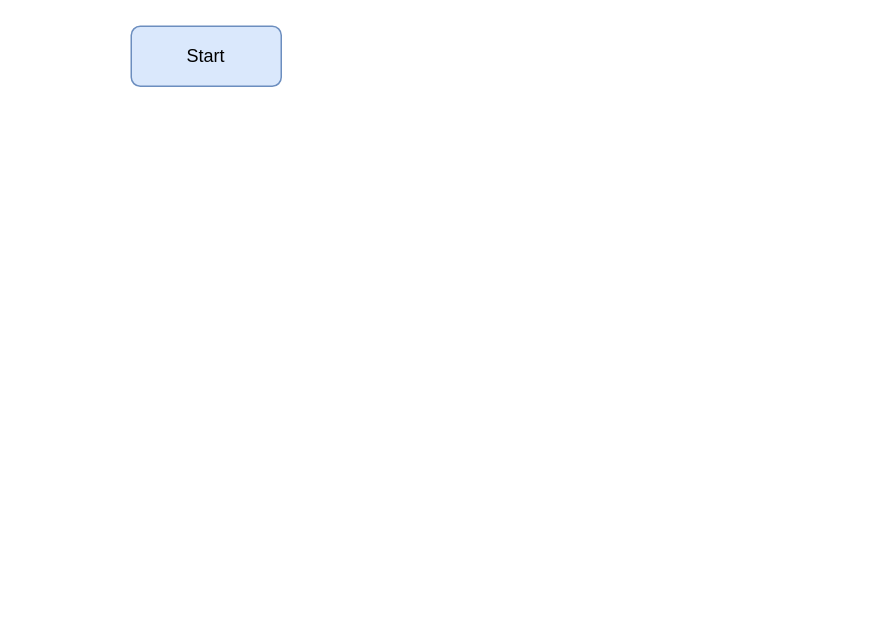
The draw.io diagram Flow chart Running sum.drawio in redolfosei/flowCharts, before the edit. Source tidied: cells renumbered, new cells numbered last; positions are measured from the earlier drawing's top-left corner, leaving out a move shared by most shapes. Both pictures are drawn from the tidied source at 150%, with x=0, y=0 at pixel (130, 26).
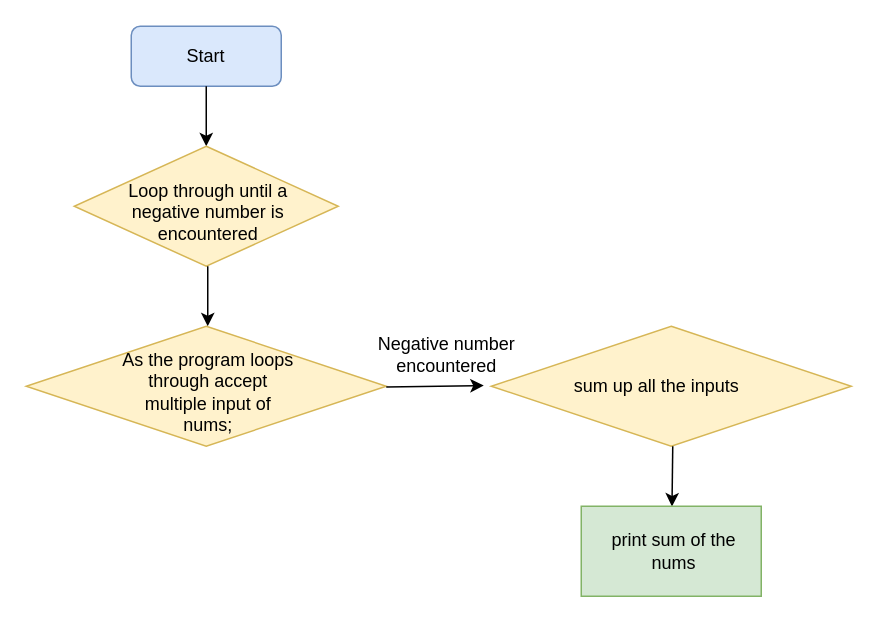
The same diagram, later.

What changed in the source:
```diff
@@
+    <mxCell id="4" style="endArrow=classic;html=1;rounded=0;exitX=0.5;exitY=1;exitDx=0;exitDy=0;" parent="1" edge="1">
+      <mxGeometry relative="1" as="geometry">
+        <mxPoint x="50" y="40" as="sourcePoint" />
+        <mxPoint x="50" y="80" as="targetPoint" />
+      </mxGeometry>
+    </mxCell>
+    <mxCell id="5" style="rhombus;whiteSpace=wrap;html=1;fillColor=#fff2cc;strokeColor=#d6b656;" parent="1" vertex="1">
+      <mxGeometry x="-38" y="80" width="176" height="80" as="geometry" />
+    </mxCell>
+    <mxCell id="6" value="Loop through until a negative number is encountered" style="text;html=1;strokeColor=none;fillColor=none;align=center;verticalAlign=middle;whiteSpace=wrap;rounded=0;" parent="1" vertex="1">
+      <mxGeometry x="-9" y="109" width="121" height="30" as="geometry" />
+    </mxCell>
+    <mxCell id="7" style="endArrow=classic;html=1;rounded=0;exitX=0.5;exitY=1;exitDx=0;exitDy=0;" parent="1" edge="1">
+      <mxGeometry relative="1" as="geometry">
+        <mxPoint x="51" y="160" as="sourcePoint" />
+        <mxPoint x="51" y="200" as="targetPoint" />
+      </mxGeometry>
+    </mxCell>
+    <mxCell id="8" style="rhombus;whiteSpace=wrap;html=1;fillColor=#fff2cc;strokeColor=#d6b656;" parent="1" vertex="1">
+      <mxGeometry x="-70" y="200" width="240" height="80" as="geometry" />
+    </mxCell>
+    <mxCell id="9" value="As the program loops through accept multiple input of nums;" style="text;html=1;strokeColor=none;fillColor=none;align=center;verticalAlign=middle;whiteSpace=wrap;rounded=0;" parent="1" vertex="1">
+      <mxGeometry x="-9" y="229" width="121" height="30" as="geometry" />
+    </mxCell>
+    <mxCell id="10" style="endArrow=classic;html=1;rounded=0;" parent="1" edge="1">
+      <mxGeometry relative="1" as="geometry">
+        <mxPoint x="170" y="240.5" as="sourcePoint" />
+        <mxPoint x="235" y="239.5" as="targetPoint" />
+        <Array as="points">
+          <mxPoint x="170" y="240.5" />
+        </Array>
+      </mxGeometry>
+    </mxCell>
+    <mxCell id="11" value="Negative number encountered" style="text;html=1;strokeColor=none;fillColor=none;align=center;verticalAlign=middle;whiteSpace=wrap;rounded=0;" parent="1" vertex="1">
+      <mxGeometry x="150" y="204" width="121" height="30" as="geometry" />
+    </mxCell>
+    <mxCell id="12" style="rhombus;whiteSpace=wrap;html=1;fillColor=#fff2cc;strokeColor=#d6b656;" parent="1" vertex="1">
+      <mxGeometry x="240" y="200" width="240" height="80" as="geometry" />
+    </mxCell>
+    <mxCell id="13" value="sum up all the inputs " style="text;html=1;strokeColor=none;fillColor=none;align=center;verticalAlign=middle;whiteSpace=wrap;rounded=0;" parent="1" vertex="1">
+      <mxGeometry x="290" y="225" width="121" height="30" as="geometry" />
+    </mxCell>
+    <mxCell id="14" style="endArrow=classic;html=1;rounded=0;exitX=0.5;exitY=1;exitDx=0;exitDy=0;" parent="1" edge="1">
+      <mxGeometry relative="1" as="geometry">
+        <mxPoint x="361" y="280" as="sourcePoint" />
+        <mxPoint x="360.5" y="320.2" as="targetPoint" />
+      </mxGeometry>
+    </mxCell>
+    <mxCell id="15" style="rounded=0;whiteSpace=wrap;html=1;fillColor=#d5e8d4;strokeColor=#82b366;" parent="1" vertex="1">
+      <mxGeometry x="300" y="320" width="120" height="60" as="geometry" />
+    </mxCell>
+    <mxCell id="16" value="print sum of the nums" style="text;html=1;strokeColor=none;fillColor=none;align=center;verticalAlign=middle;whiteSpace=wrap;rounded=0;" parent="1" vertex="1">
+      <mxGeometry x="311.5" y="335" width="100" height="30" as="geometry" />
+    </mxCell>
```
